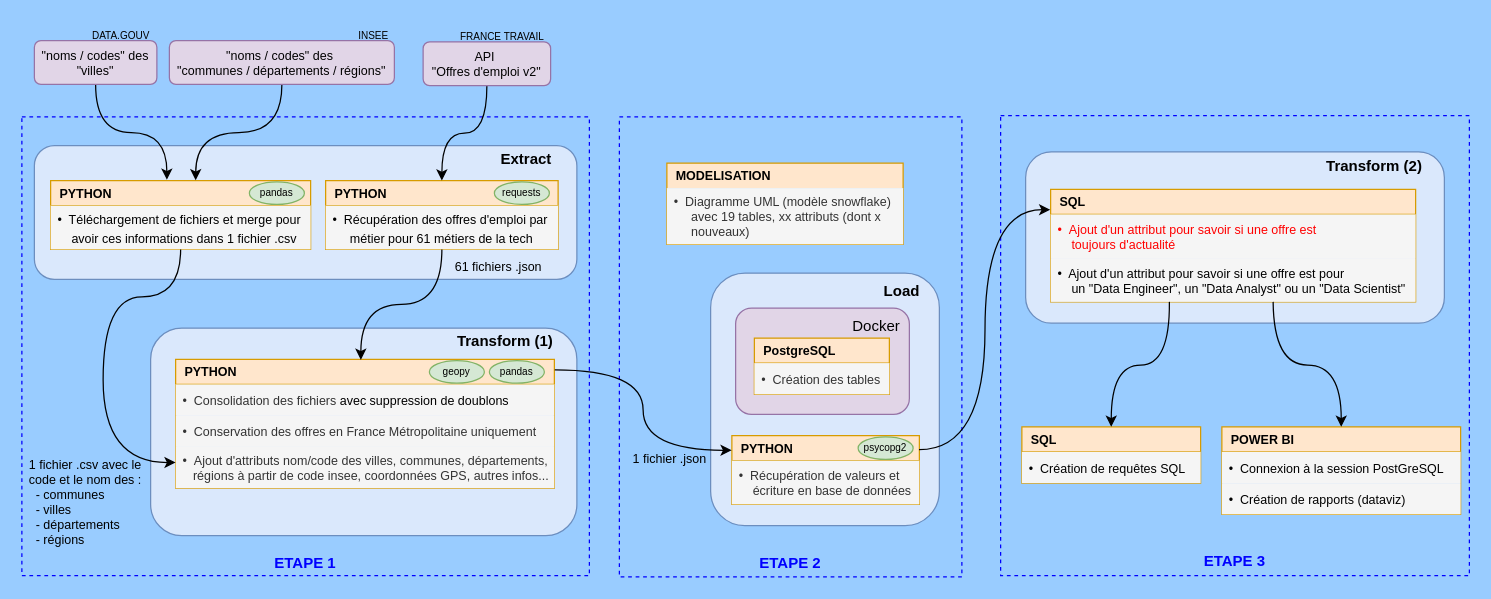
Earlier version of the draw.io diagram workflow.drawio (vimchun/Job-Market-in-France). Source tidied: cells renumbered, new cells numbered last; positions are measured from the earlier drawing's top-left corner, leaving out a move shared by most shapes. Both pictures are drawn from the tidied source at 125%, with x=0, y=0 at pixel (21, 21).
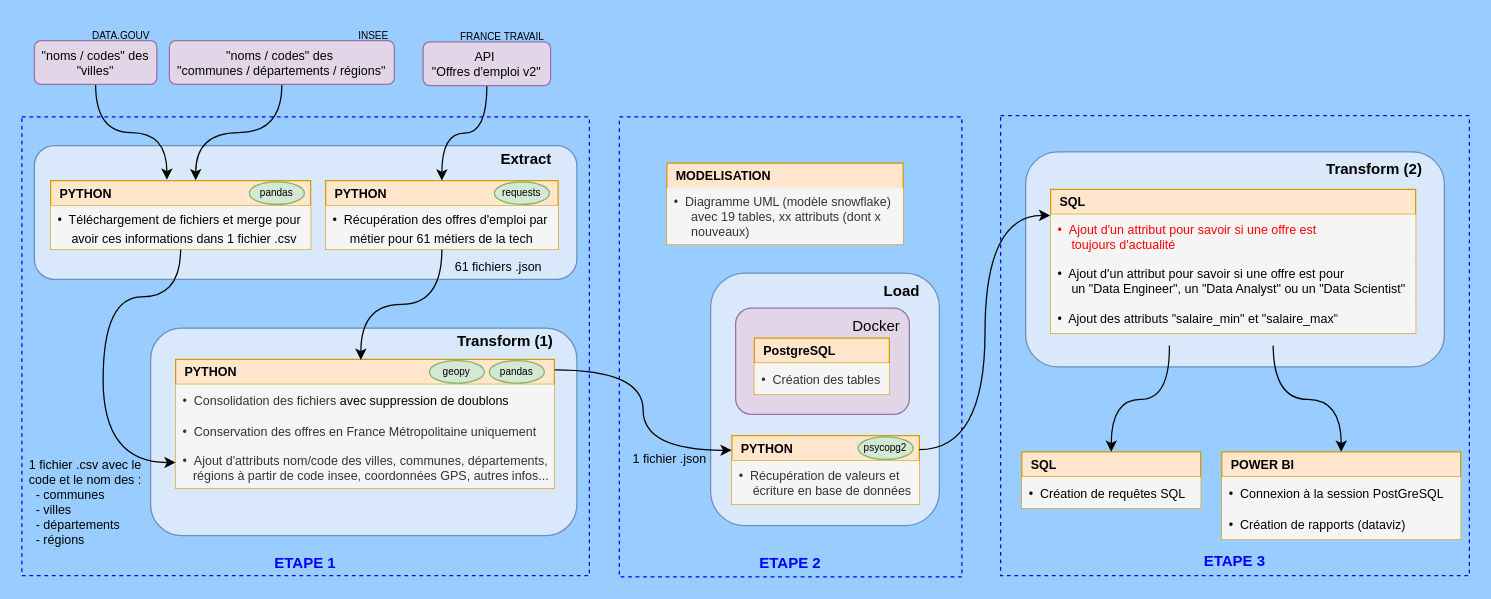
The same page after the edit.

Commit message (it also covers changes not shown here):
update des fichiers drawio

Change to the diagram source:
```diff
@@
     <mxCell id="30" value="&lt;b&gt;&amp;nbsp; POWER BI&lt;/b&gt;" style="swimlane;fontStyle=0;horizontal=1;startSize=20;whiteSpace=wrap;html=1;fillColor=#ffe6cc;strokeColor=#d79b00;rounded=0;align=left;swimlaneLine=1;glass=0;shadow=0;swimlaneHead=1;swimlaneBody=1;verticalAlign=middle;fontFamily=Helvetica;fontSize=10;fontColor=default;" parent="1" vertex="1">
-      <mxGeometry x="960" y="324" width="191" height="70" as="geometry" />
+      <mxGeometry x="960" y="344" width="191" height="70" as="geometry" />
     </mxCell>
@@
-    <mxCell id="45" value="&lt;div&gt;&lt;span style=&quot;background-color: transparent; color: light-dark(rgb(0, 0, 0), rgb(255, 255, 255));&quot;&gt;&amp;nbsp; &amp;nbsp; &amp;nbsp; &amp;nbsp; &amp;nbsp; &amp;nbsp; &amp;nbsp; &amp;nbsp; &amp;nbsp; &amp;nbsp; &amp;nbsp; &amp;nbsp; &amp;nbsp; &amp;nbsp; &amp;nbsp; &amp;nbsp; &amp;nbsp; &amp;nbsp; &amp;nbsp; &amp;nbsp; &amp;nbsp; &amp;nbsp; &amp;nbsp; &amp;nbsp; &amp;nbsp; &amp;nbsp; &amp;nbsp; &amp;nbsp; &amp;nbsp; &amp;nbsp; &amp;nbsp; &amp;nbsp; &amp;nbsp; &amp;nbsp;&lt;/span&gt;&lt;b style=&quot;background-color: transparent; color: light-dark(rgb(0, 0, 0), rgb(255, 255, 255));&quot;&gt;Transform (2)&lt;/b&gt;&lt;/div&gt;&lt;div&gt;&lt;b style=&quot;background-color: transparent; color: light-dark(rgb(0, 0, 0), rgb(255, 255, 255));&quot;&gt;&lt;br&gt;&lt;/b&gt;&lt;/div&gt;&lt;div&gt;&lt;b style=&quot;background-color: transparent; color: light-dark(rgb(0, 0, 0), rgb(255, 255, 255));&quot;&gt;&lt;br&gt;&lt;/b&gt;&lt;/div&gt;&lt;div&gt;&lt;b style=&quot;background-color: transparent; color: light-dark(rgb(0, 0, 0), rgb(255, 255, 255));&quot;&gt;&lt;br&gt;&lt;/b&gt;&lt;/div&gt;&lt;div&gt;&lt;b style=&quot;background-color: transparent; color: light-dark(rgb(0, 0, 0), rgb(255, 255, 255));&quot;&gt;&lt;br&gt;&lt;/b&gt;&lt;/div&gt;&lt;div&gt;&lt;b style=&quot;background-color: transparent; color: light-dark(rgb(0, 0, 0), rgb(255, 255, 255));&quot;&gt;&lt;br&gt;&lt;/b&gt;&lt;/div&gt;&lt;div&gt;&lt;b style=&quot;background-color: transparent; color: light-dark(rgb(0, 0, 0), rgb(255, 255, 255));&quot;&gt;&lt;br&gt;&lt;/b&gt;&lt;/div&gt;&lt;div&gt;&lt;b style=&quot;background-color: transparent; color: light-dark(rgb(0, 0, 0), rgb(255, 255, 255));&quot;&gt;&lt;br&gt;&lt;/b&gt;&lt;/div&gt;&lt;div&gt;&lt;b style=&quot;background-color: transparent; color: light-dark(rgb(0, 0, 0), rgb(255, 255, 255));&quot;&gt;&lt;br&gt;&lt;/b&gt;&lt;/div&gt;" style="rounded=1;whiteSpace=wrap;html=1;fillColor=#dae8fc;strokeColor=#6c8ebf;" parent="1" vertex="1">
-      <mxGeometry x="803" y="104" width="335" height="137" as="geometry" />
+    <mxCell id="45" value="&lt;div&gt;&lt;span style=&quot;background-color: transparent; color: light-dark(rgb(0, 0, 0), rgb(255, 255, 255));&quot;&gt;&amp;nbsp; &amp;nbsp; &amp;nbsp; &amp;nbsp; &amp;nbsp; &amp;nbsp; &amp;nbsp; &amp;nbsp; &amp;nbsp; &amp;nbsp; &amp;nbsp; &amp;nbsp; &amp;nbsp; &amp;nbsp; &amp;nbsp; &amp;nbsp; &amp;nbsp; &amp;nbsp; &amp;nbsp; &amp;nbsp; &amp;nbsp; &amp;nbsp; &amp;nbsp; &amp;nbsp; &amp;nbsp; &amp;nbsp; &amp;nbsp; &amp;nbsp; &amp;nbsp; &amp;nbsp; &amp;nbsp; &amp;nbsp; &amp;nbsp; &amp;nbsp;&lt;/span&gt;&lt;b style=&quot;background-color: transparent; color: light-dark(rgb(0, 0, 0), rgb(255, 255, 255));&quot;&gt;Transform (2)&lt;/b&gt;&lt;/div&gt;&lt;div&gt;&lt;b style=&quot;background-color: transparent; color: light-dark(rgb(0, 0, 0), rgb(255, 255, 255));&quot;&gt;&lt;br&gt;&lt;/b&gt;&lt;/div&gt;&lt;div&gt;&lt;b style=&quot;background-color: transparent; color: light-dark(rgb(0, 0, 0), rgb(255, 255, 255));&quot;&gt;&lt;br&gt;&lt;/b&gt;&lt;/div&gt;&lt;div&gt;&lt;b style=&quot;background-color: transparent; color: light-dark(rgb(0, 0, 0), rgb(255, 255, 255));&quot;&gt;&lt;br&gt;&lt;/b&gt;&lt;/div&gt;&lt;div&gt;&lt;b style=&quot;background-color: transparent; color: light-dark(rgb(0, 0, 0), rgb(255, 255, 255));&quot;&gt;&lt;br&gt;&lt;/b&gt;&lt;/div&gt;&lt;div&gt;&lt;b style=&quot;background-color: transparent; color: light-dark(rgb(0, 0, 0), rgb(255, 255, 255));&quot;&gt;&lt;br&gt;&lt;/b&gt;&lt;/div&gt;&lt;div&gt;&lt;b style=&quot;background-color: transparent; color: light-dark(rgb(0, 0, 0), rgb(255, 255, 255));&quot;&gt;&lt;br&gt;&lt;/b&gt;&lt;/div&gt;&lt;div&gt;&lt;b style=&quot;background-color: transparent; color: light-dark(rgb(0, 0, 0), rgb(255, 255, 255));&quot;&gt;&lt;br&gt;&lt;/b&gt;&lt;/div&gt;&lt;div&gt;&lt;b style=&quot;background-color: transparent; color: light-dark(rgb(0, 0, 0), rgb(255, 255, 255));&quot;&gt;&lt;br&gt;&lt;/b&gt;&lt;/div&gt;&lt;div&gt;&lt;b style=&quot;background-color: transparent; color: light-dark(rgb(0, 0, 0), rgb(255, 255, 255));&quot;&gt;&lt;br&gt;&lt;/b&gt;&lt;/div&gt;&lt;div&gt;&lt;b style=&quot;background-color: transparent; color: light-dark(rgb(0, 0, 0), rgb(255, 255, 255));&quot;&gt;&lt;br&gt;&lt;/b&gt;&lt;/div&gt;" style="rounded=1;whiteSpace=wrap;html=1;fillColor=#dae8fc;strokeColor=#6c8ebf;" parent="1" vertex="1">
+      <mxGeometry x="803" y="104" width="335" height="172" as="geometry" />
     </mxCell>
     <mxCell id="46" value="&lt;b&gt;&lt;font style=&quot;font-size: 10px;&quot;&gt;&amp;nbsp; &lt;font style=&quot;color: rgb(0, 0, 0);&quot;&gt;SQL&lt;/font&gt;&lt;/font&gt;&lt;/b&gt;" style="swimlane;fontStyle=0;horizontal=1;startSize=20;whiteSpace=wrap;html=1;fillColor=#ffe6cc;strokeColor=#d79b00;rounded=0;align=left;shadow=0;glass=0;verticalAlign=middle;fontFamily=Helvetica;fontSize=12;fontColor=light-dark(#ff0000, #ededed);" parent="1" vertex="1">
-      <mxGeometry x="823" y="134" width="292" height="90" as="geometry" />
+      <mxGeometry x="823" y="134" width="292" height="115" as="geometry" />
     </mxCell>
@@
+    <mxCell id="55" value="•&amp;nbsp; Ajout des attributs &quot;salaire_min&quot; et &quot;salaire_max&quot;" style="text;strokeColor=none;fillColor=#f5f5f5;align=left;verticalAlign=middle;spacingLeft=4;spacingRight=4;overflow=hidden;whiteSpace=wrap;html=1;fontFamily=Helvetica;fontSize=10;fontColor=#000000;fontStyle=0;" parent="46" vertex="1">
+      <mxGeometry y="90" width="292" height="25" as="geometry" />
+    </mxCell>
     <mxCell id="49" value="&lt;b&gt;&amp;nbsp; SQL&lt;/b&gt;" style="swimlane;fontStyle=0;horizontal=1;startSize=20;whiteSpace=wrap;html=1;fillColor=#ffe6cc;strokeColor=#d79b00;rounded=0;align=left;swimlaneLine=1;glass=0;shadow=0;swimlaneHead=1;swimlaneBody=1;verticalAlign=middle;fontFamily=Helvetica;fontSize=10;fontColor=default;" parent="1" vertex="1">
-      <mxGeometry x="800" y="324" width="143" height="45" as="geometry" />
+      <mxGeometry x="800" y="344" width="143" height="45" as="geometry" />
     </mxCell>
@@
     <mxCell id="52" style="edgeStyle=orthogonalEdgeStyle;rounded=0;jettySize=auto;html=1;entryX=0.5;entryY=0;entryDx=0;entryDy=0;curved=1;" parent="1" edge="1" target="30">
       <mxGeometry relative="1" as="geometry">
-        <mxPoint x="1001" y="224" as="sourcePoint" />
+        <mxPoint x="1001" y="259" as="sourcePoint" />
       </mxGeometry>
     </mxCell>
     <mxCell id="53" style="edgeStyle=orthogonalEdgeStyle;rounded=0;jettySize=auto;html=1;entryX=0.5;entryY=0;entryDx=0;entryDy=0;curved=1;" parent="1" edge="1" target="49">
       <mxGeometry relative="1" as="geometry">
-        <mxPoint x="918" y="224" as="sourcePoint" />
+        <mxPoint x="918" y="259" as="sourcePoint" />
       </mxGeometry>
     </mxCell>
```
